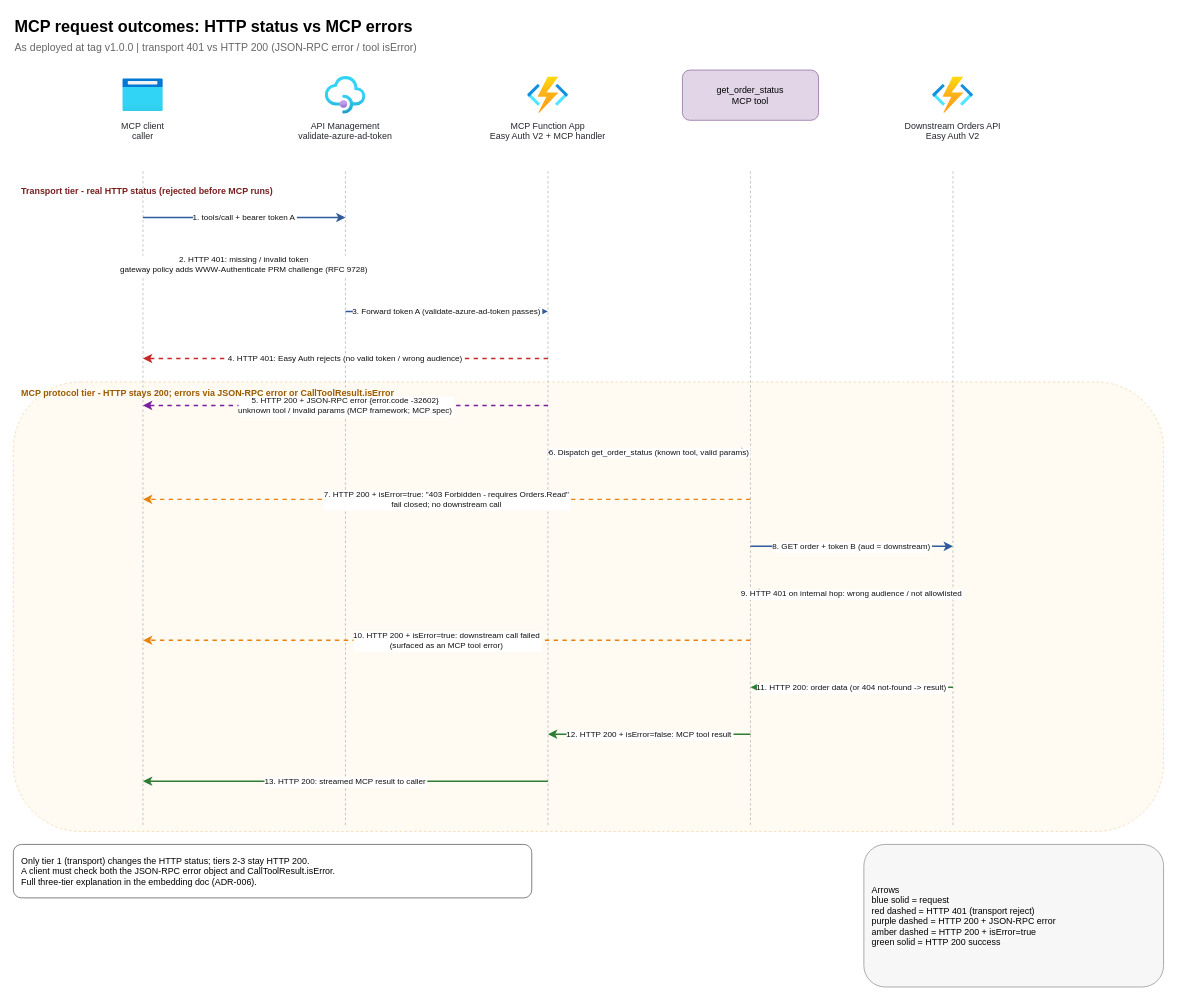
The draw.io diagram docs/diagrams/mcp-request-outcomes.drawio in collaborationwithothers/mcp-platform-azure, before the edit. Source tidied: cells renumbered, new cells numbered last; positions are measured from the earlier drawing's top-left corner, leaving out a move shared by most shapes. Both pictures are drawn from the tidied source at 81%, with x=0, y=0 at pixel (13, 13).
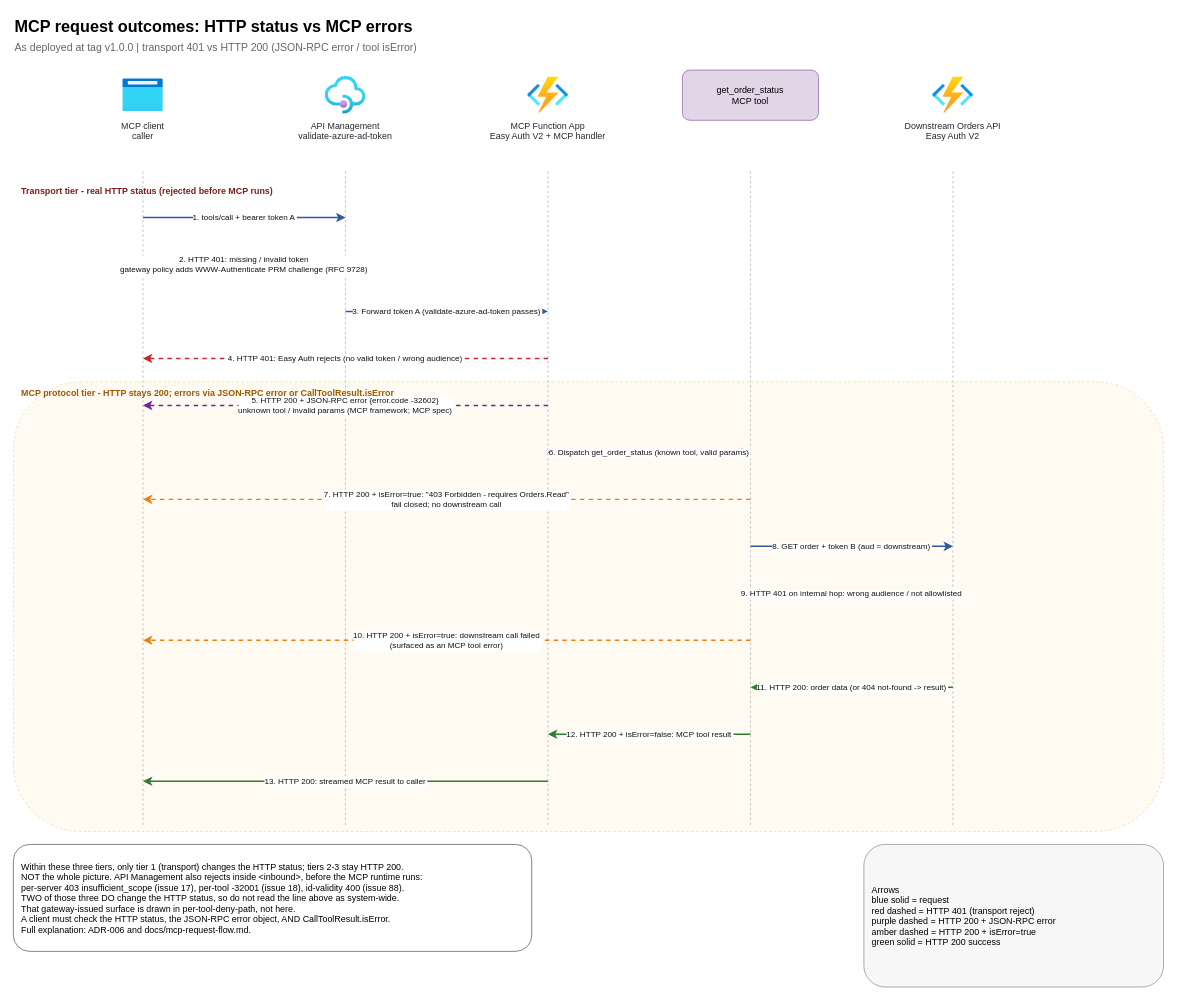
The same diagram, later.

Commit message (it also covers changes not shown here):
docs(#88): correct the outcomes diagram's "only tier 1" takeaway

Change to the diagram source:
```diff
@@
-    <mxCell id="30" value="Only tier 1 (transport) changes the HTTP status; tiers 2-3 stay HTTP 200.&#10;A client must check both the JSON-RPC error object and CallToolResult.isError.&#10;Full three-tier explanation in the embedding doc (ADR-006)." style="rounded=1;fillColor=#ffffff;strokeColor=#666666;fontColor=#000000;fontSize=11;align=left;verticalAlign=middle;spacingLeft=8;spacingRight=8;" parent="1" vertex="1">
-      <mxGeometry y="1026" width="640" height="66" as="geometry" />
+    <mxCell id="30" value="Within these three tiers, only tier 1 (transport) changes the HTTP status; tiers 2-3 stay HTTP 200.&#10;NOT the whole picture. API Management also rejects inside &lt;inbound&gt;, before the MCP runtime runs:&#10;per-server 403 insufficient_scope (issue 17), per-tool -32001 (issue 18), id-validity 400 (issue 88).&#10;TWO of those three DO change the HTTP status, so do not read the line above as system-wide.&#10;That gateway-issued surface is drawn in per-tool-deny-path, not here.&#10;A client must check the HTTP status, the JSON-RPC error object, AND CallToolResult.isError.&#10;Full explanation: ADR-006 and docs/mcp-request-flow.md." style="rounded=1;fillColor=#ffffff;strokeColor=#666666;fontColor=#000000;fontSize=11;align=left;verticalAlign=middle;spacingLeft=8;spacingRight=8;" parent="1" vertex="1">
+      <mxGeometry y="1026" width="640" height="132" as="geometry" />
     </mxCell>
```
